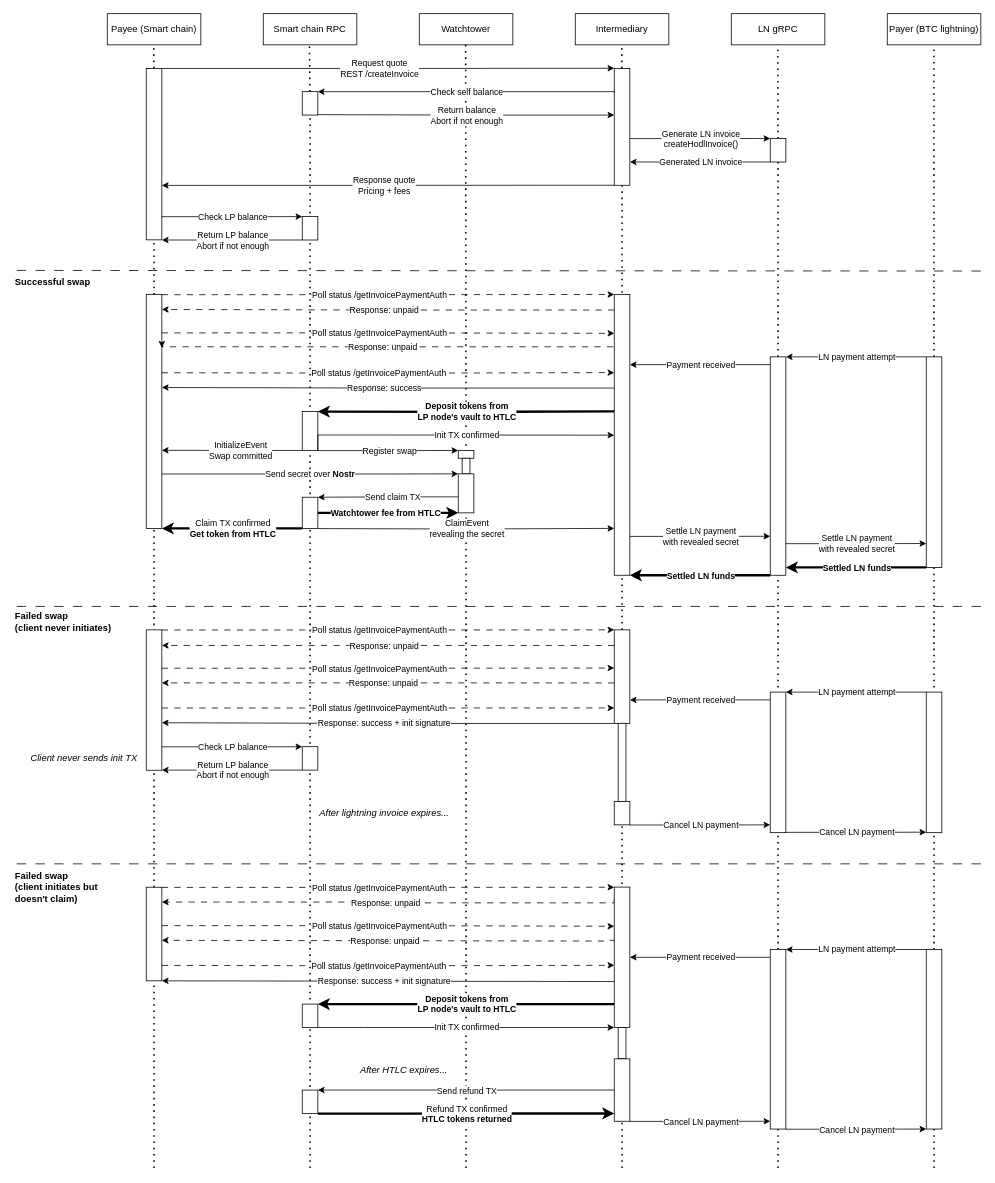
atomiqlabs/atomiq-docs keeps this draw.io diagram as diagrams/nostr-frombtcln-diagram.drawio. Above is the earlier version. Source tidied: cells renumbered, new cells numbered last; positions are measured from the earlier drawing's top-left corner, leaving out a move shared by most shapes. Both pictures are drawn from the tidied source at 78%, with x=0, y=0 at pixel (13, 13).
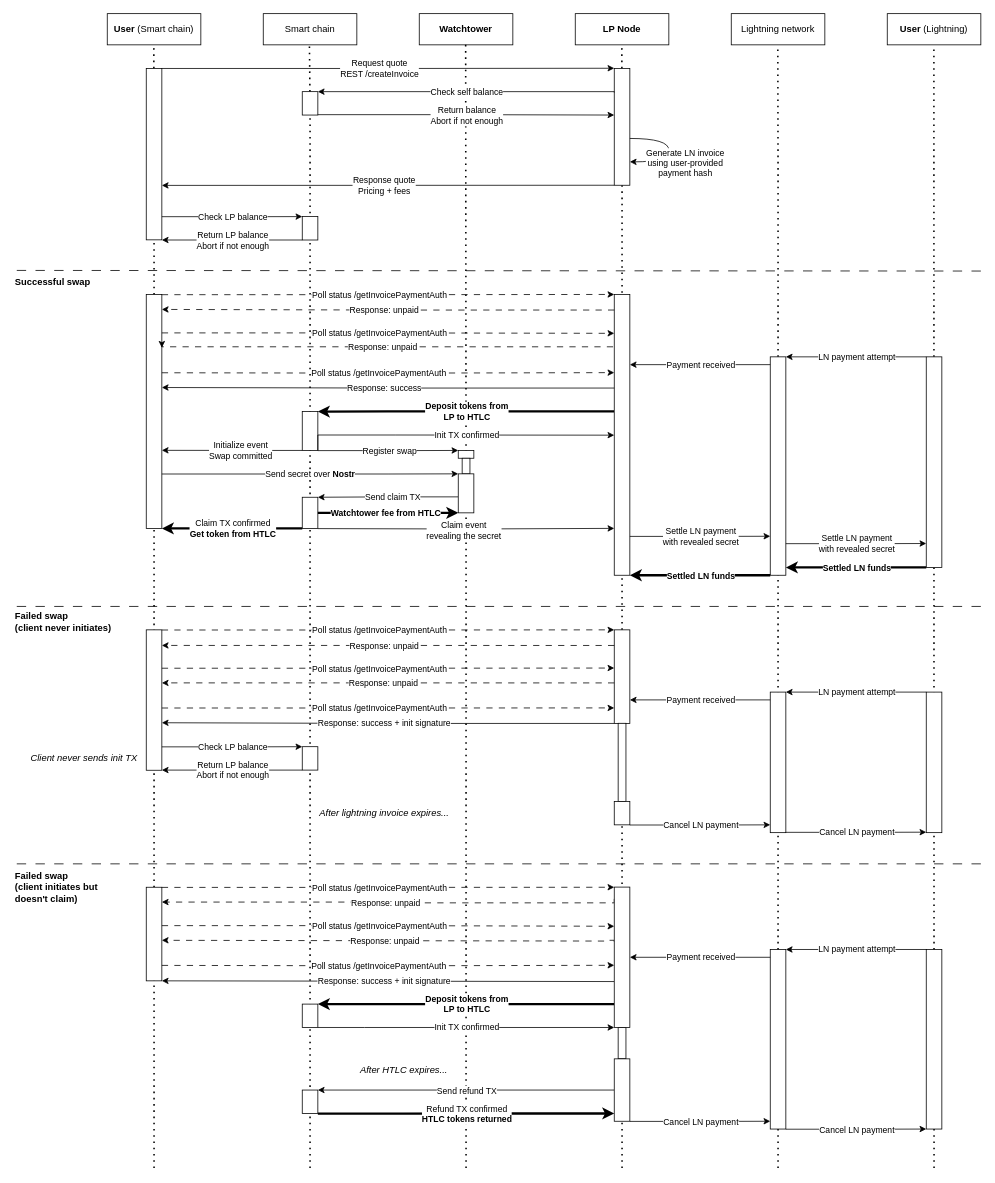
The same page after the edit.

Unchanged cells that the change refers to:
```xml
<mxCell id="147" style="edgeStyle=orthogonalEdgeStyle;rounded=0;jettySize=auto;html=1;exitX=0;exitY=1;exitDx=0;exitDy=0;entryX=1;entryY=0.666;entryDx=0;entryDy=0;entryPerimeter=0;" parent="1" edge="1" source="55" target="35">
  <mxGeometry relative="1" as="geometry">
    <Array as="points">
      <mxPoint x="330" y="560" />
      <mxPoint x="330" y="560" />
    </Array>
  </mxGeometry>
</mxCell>
```

Change to the diagram source:
```diff
@@
-    <mxCell id="2" value="Payee (Smart chain)" style="rounded=0;whiteSpace=wrap;html=1;" parent="1" vertex="1">
+    <mxCell id="2" value="&lt;b&gt;User &lt;/b&gt;(Smart chain)" style="rounded=0;whiteSpace=wrap;html=1;" parent="1" vertex="1">
       <mxGeometry x="120" width="120" height="40" as="geometry" />
     </mxCell>
-    <mxCell id="3" value="Intermediary" style="rounded=0;whiteSpace=wrap;html=1;" parent="1" vertex="1">
+    <mxCell id="3" value="&lt;b&gt;LP Node&lt;/b&gt;" style="rounded=0;whiteSpace=wrap;html=1;" parent="1" vertex="1">
       <mxGeometry x="720" width="120" height="40" as="geometry" />
     </mxCell>
-    <mxCell id="4" value="Payer (BTC lightning)" style="rounded=0;whiteSpace=wrap;html=1;" parent="1" vertex="1">
+    <mxCell id="4" value="&lt;b&gt;User &lt;/b&gt;(Lightning)" style="rounded=0;whiteSpace=wrap;html=1;" parent="1" vertex="1">
       <mxGeometry x="1120" width="120" height="40" as="geometry" />
     </mxCell>
-    <mxCell id="5" value="Smart chain RPC" style="rounded=0;whiteSpace=wrap;html=1;" parent="1" vertex="1">
+    <mxCell id="5" value="Smart chain" style="rounded=0;whiteSpace=wrap;html=1;" parent="1" vertex="1">
       <mxGeometry x="320" width="120" height="40" as="geometry" />
     </mxCell>
@@
-    <mxCell id="7" value="LN gRPC" style="rounded=0;whiteSpace=wrap;html=1;" parent="1" vertex="1">
+    <mxCell id="7" value="Lightning network" style="rounded=0;whiteSpace=wrap;html=1;" parent="1" vertex="1">
       <mxGeometry x="920" width="120" height="40" as="geometry" />
     </mxCell>
@@
-    <mxCell id="10" style="endArrow=none;dashed=1;html=1;dashPattern=1 3;strokeWidth=2;rounded=0;entryX=0.5;entryY=1;entryDx=0;entryDy=0;startArrow=none;" parent="1" edge="1" source="32">
+    <mxCell id="10" style="endArrow=none;dashed=1;html=1;dashPattern=1 3;strokeWidth=2;rounded=0;entryX=0.5;entryY=1;entryDx=0;entryDy=0;startArrow=none;" parent="1" edge="1">
       <mxGeometry relative="1" as="geometry">
+        <mxPoint x="980" y="200" as="sourcePoint" />
         <mxPoint x="979.7" y="40" as="targetPoint" />
       </mxGeometry>
     </mxCell>
@@
     <mxCell id="21" style="edgeStyle=orthogonalEdgeStyle;rounded=0;orthogonalLoop=1;jettySize=auto;html=1;exitX=1;exitY=0;exitDx=0;exitDy=0;" parent="1" edge="1">
       <mxGeometry relative="1" as="geometry">
         <mxPoint x="390" y="129.5" as="sourcePoint" />
         <mxPoint x="770" y="130" as="targetPoint" />
+        <Array as="points">
+          <mxPoint x="580" y="130" />
+          <mxPoint x="770" y="130" />
+        </Array>
       </mxGeometry>
     </mxCell>
@@
-    <mxCell id="29" style="edgeStyle=orthogonalEdgeStyle;rounded=0;orthogonalLoop=1;jettySize=auto;html=1;exitX=1;exitY=0;exitDx=0;exitDy=0;entryX=0;entryY=0;entryDx=0;entryDy=0;" parent="1" edge="1">
-      <mxGeometry relative="1" as="geometry">
-        <mxPoint x="790" y="160.2" as="sourcePoint" />
-        <mxPoint x="970" y="160" as="targetPoint" />
-        <Array as="points">
-          <mxPoint x="900" y="160" />
-        </Array>
-      </mxGeometry>
-    </mxCell>
-    <mxCell id="30" value="Generate LN invoice&lt;br&gt;createHodlInvoice()" style="edgeLabel;html=1;align=center;verticalAlign=middle;" parent="29" vertex="1">
-      <mxGeometry x="-0.11" y="-2" relative="1" as="geometry">
-        <mxPoint x="10" y="-2" as="offset" />
-      </mxGeometry>
-    </mxCell>
-    <mxCell id="31" style="endArrow=none;dashed=1;html=1;dashPattern=1 3;strokeWidth=2;rounded=0;entryX=0.5;entryY=1;entryDx=0;entryDy=0;startArrow=none;" parent="1" edge="1" target="32">
+    <mxCell id="31" style="endArrow=none;dashed=1;html=1;dashPattern=1 3;strokeWidth=2;rounded=0;startArrow=none;" parent="1" edge="1">
       <mxGeometry relative="1" as="geometry">
         <mxPoint x="980" y="1480" as="sourcePoint" />
+        <mxPoint x="980" y="200" as="targetPoint" />
       </mxGeometry>
     </mxCell>
-    <mxCell id="32" style="rounded=0;whiteSpace=wrap;html=1;" parent="1" vertex="1">
-      <mxGeometry x="970" y="160.2" width="20" height="30" as="geometry" />
-    </mxCell>
-    <mxCell id="33" style="edgeStyle=orthogonalEdgeStyle;rounded=0;orthogonalLoop=1;jettySize=auto;html=1;exitX=0;exitY=1;exitDx=0;exitDy=0;" parent="1" edge="1">
-      <mxGeometry relative="1" as="geometry">
-        <mxPoint x="970" y="190.2" as="sourcePoint" />
-        <mxPoint x="790" y="190.2" as="targetPoint" />
-        <Array as="points">
-          <mxPoint x="790" y="190.2" />
-        </Array>
-      </mxGeometry>
-    </mxCell>
-    <mxCell id="34" value="Generated LN invoice" style="edgeLabel;html=1;align=center;verticalAlign=middle;" parent="33" vertex="1">
-      <mxGeometry x="-0.09" y="-1" relative="1" as="geometry">
-        <mxPoint x="-8" y="1" as="offset" />
-      </mxGeometry>
-    </mxCell>
@@
     <mxCell id="57" style="edgeStyle=orthogonalEdgeStyle;rounded=0;orthogonalLoop=1;jettySize=auto;html=1;exitX=-0.015;exitY=0.666;exitDx=0;exitDy=0;strokeWidth=3;exitPerimeter=0;" parent="1" edge="1">
       <mxGeometry relative="1" as="geometry">
         <mxPoint x="769.7" y="510" as="sourcePoint" />
         <mxPoint x="390" y="510.2" as="targetPoint" />
+        <Array as="points">
+          <mxPoint x="480" y="510" />
+          <mxPoint x="480" y="510" />
+        </Array>
       </mxGeometry>
     </mxCell>
@@
-    <mxCell id="138" value="Watchtower" style="rounded=0;whiteSpace=wrap;html=1;" parent="1" vertex="1">
+    <mxCell id="138" value="&lt;b&gt;Watchtower&lt;/b&gt;" style="rounded=0;whiteSpace=wrap;html=1;" parent="1" vertex="1">
       <mxGeometry x="520" width="120" height="40" as="geometry" />
     </mxCell>
@@
-    <mxCell id="142" value="&lt;b&gt;Deposit tokens from&lt;br&gt;LP node's vault to HTLC&lt;/b&gt;" style="edgeLabel;html=1;align=center;verticalAlign=middle;" parent="1" vertex="1">
+    <mxCell id="142" value="&lt;b&gt;Deposit tokens from&lt;br&gt;LP to HTLC&lt;/b&gt;" style="edgeLabel;html=1;align=center;verticalAlign=middle;" parent="1" vertex="1">
       <mxGeometry x="580" y="510.1" as="geometry" />
     </mxCell>
@@
-    <mxCell id="148" value="InitializeEvent&lt;br&gt;Swap committed" style="edgeLabel;html=1;align=center;verticalAlign=middle;" parent="147" vertex="1">
+    <mxCell id="148" value="Initialize event&lt;br&gt;Swap committed" style="edgeLabel;html=1;align=center;verticalAlign=middle;" parent="147" vertex="1">
       <mxGeometry x="-0.11" y="-2" relative="1" as="geometry">
         <mxPoint y="2" as="offset" />
       </mxGeometry>
     </mxCell>
@@
-    <mxCell id="157" value="ClaimEvent&lt;br&gt;revealing the secret" style="edgeLabel;html=1;align=center;verticalAlign=middle;" parent="1" vertex="1">
-      <mxGeometry x="580" y="660" as="geometry" />
+    <mxCell id="157" value="Claim event&lt;br&gt;revealing the secret" style="edgeLabel;html=1;align=center;verticalAlign=middle;" parent="1" vertex="1">
+      <mxGeometry x="580" y="660" as="geometry">
+        <mxPoint x="-4" y="2" as="offset" />
+      </mxGeometry>
     </mxCell>
-    <mxCell id="158" value="&lt;b&gt;Deposit tokens from&lt;br&gt;LP node's vault to HTLC&lt;/b&gt;" style="edgeLabel;html=1;align=center;verticalAlign=middle;" parent="1" vertex="1">
+    <mxCell id="158" value="&lt;b&gt;Deposit tokens from&lt;br&gt;LP to HTLC&lt;/b&gt;" style="edgeLabel;html=1;align=center;verticalAlign=middle;" parent="1" vertex="1">
       <mxGeometry x="580" y="1269.8" as="geometry" />
     </mxCell>
@@
+    <mxCell id="170" style="curved=1;endArrow=classic;html=1;rounded=0;" parent="1" edge="1">
+      <mxGeometry relative="1" as="geometry">
+        <mxPoint x="790" y="160" as="sourcePoint" />
+        <mxPoint x="790" y="190" as="targetPoint" />
+        <Array as="points">
+          <mxPoint x="840" y="160" />
+          <mxPoint x="840" y="190" />
+        </Array>
+      </mxGeometry>
+    </mxCell>
+    <mxCell id="171" value="Generate LN invoice&lt;br style=&quot;border-color: var(--border-color);&quot;&gt;using user-provided&lt;br style=&quot;border-color: var(--border-color);&quot;&gt;payment hash" style="edgeLabel;html=1;align=center;verticalAlign=middle;" parent="170" vertex="1">
+      <mxGeometry x="0.1" y="-5" relative="1" as="geometry">
+        <mxPoint x="25" y="9" as="offset" />
+      </mxGeometry>
+    </mxCell>
```
